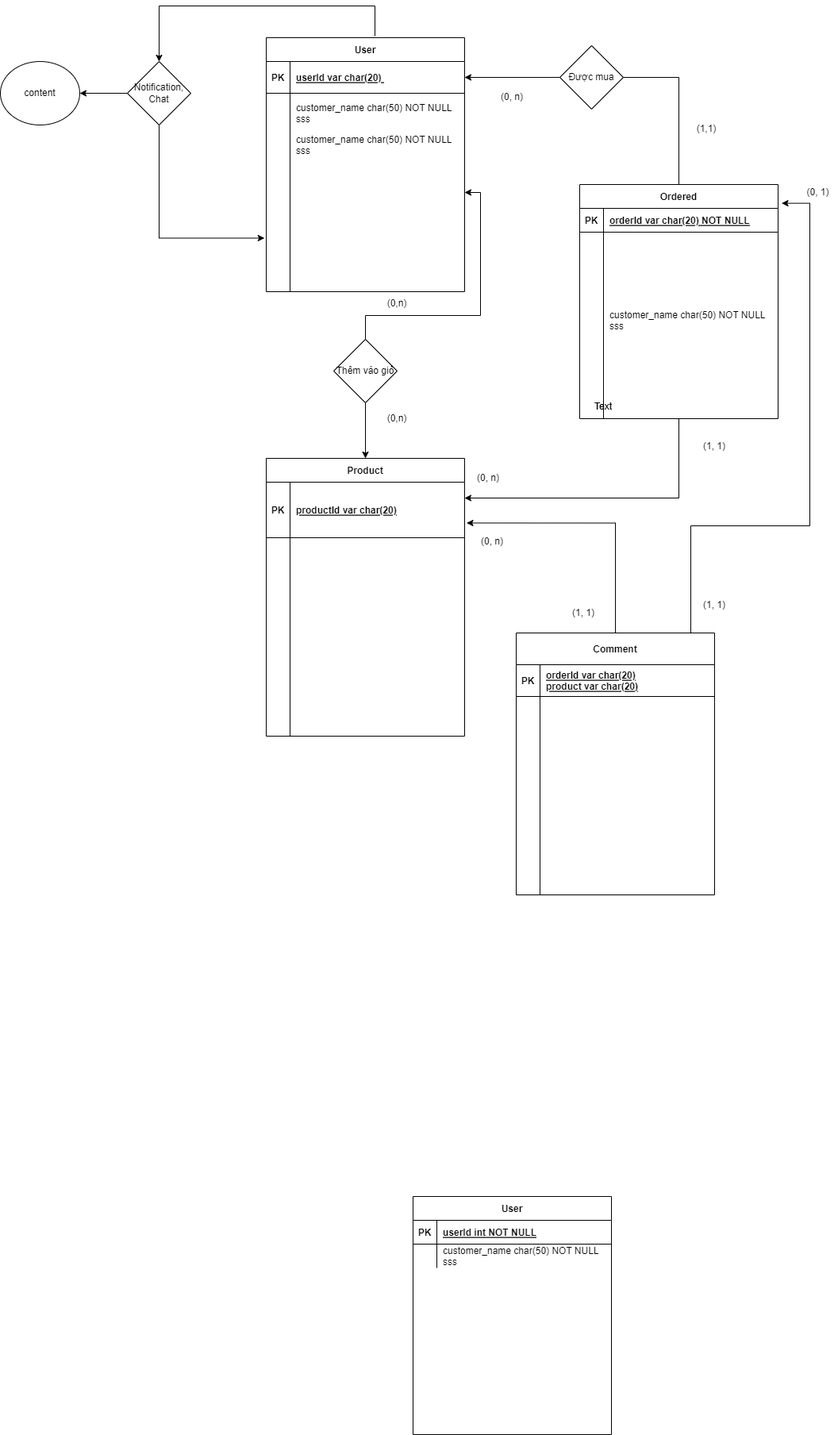
This is ER-model.drawio.png from ndphong812/intro2software-project, a draw.io export, as it was before one commit. Source tidied: cells renumbered, new cells last; positions are measured from the earlier drawing's top-left corner, leaving out a move shared by most shapes.
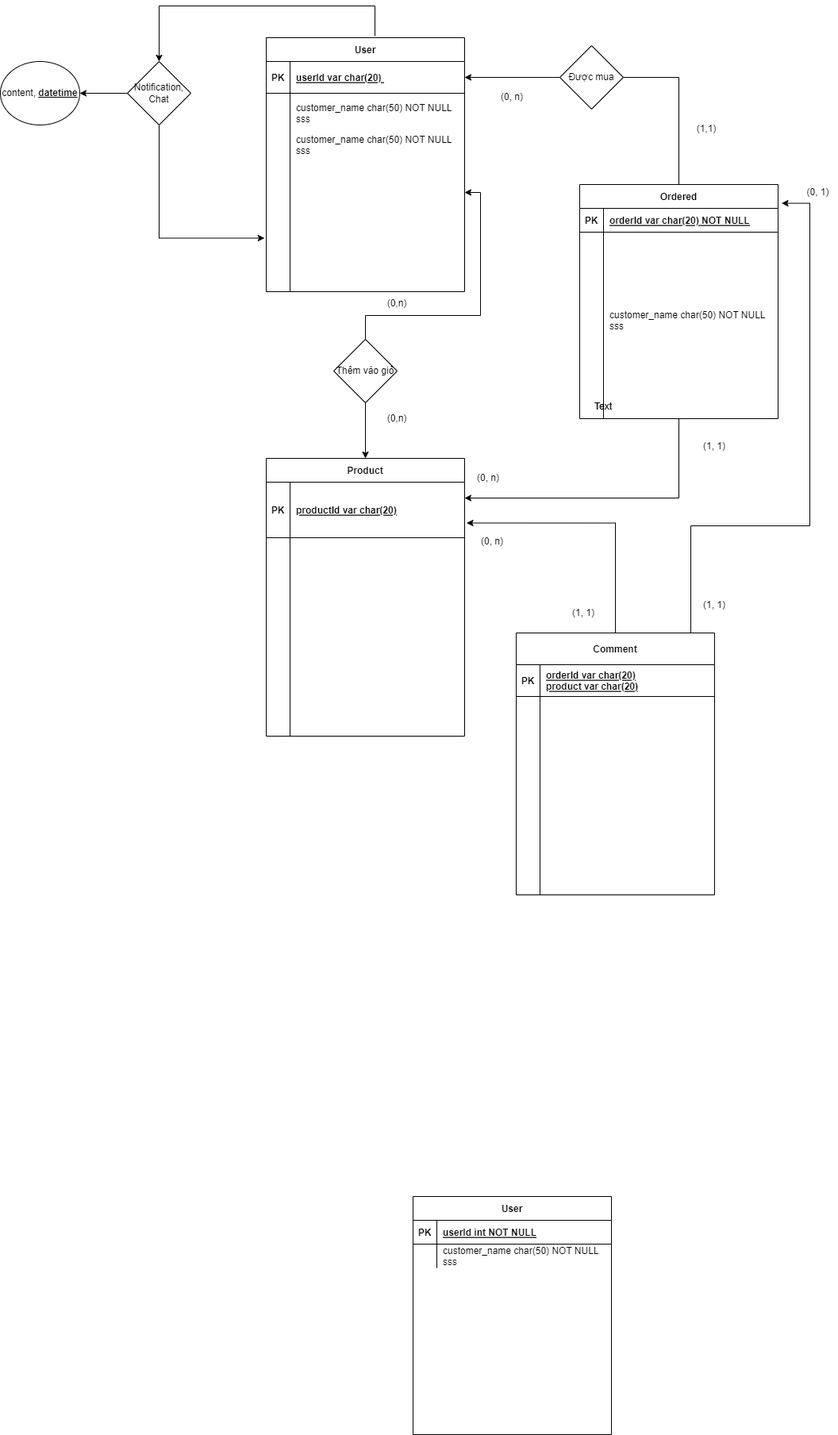
The same file after the commit.

Diff of the diagram source:
```diff
@@ -204,7 +204,7 @@
     <mxCell id="62" value="Notification, Chat" style="rhombus;whiteSpace=wrap;html=1;" parent="1" vertex="1">
       <mxGeometry x="160" y="70" width="80" height="80" as="geometry" />
     </mxCell>
-    <mxCell id="63" value="content" style="ellipse;whiteSpace=wrap;html=1;" parent="1" vertex="1">
+    <mxCell id="63" value="content, &lt;b&gt;&lt;u&gt;datetime&lt;/u&gt;&lt;/b&gt;" style="ellipse;whiteSpace=wrap;html=1;" parent="1" vertex="1">
       <mxGeometry y="70" width="100" height="80" as="geometry" />
     </mxCell>
   </root>
```
